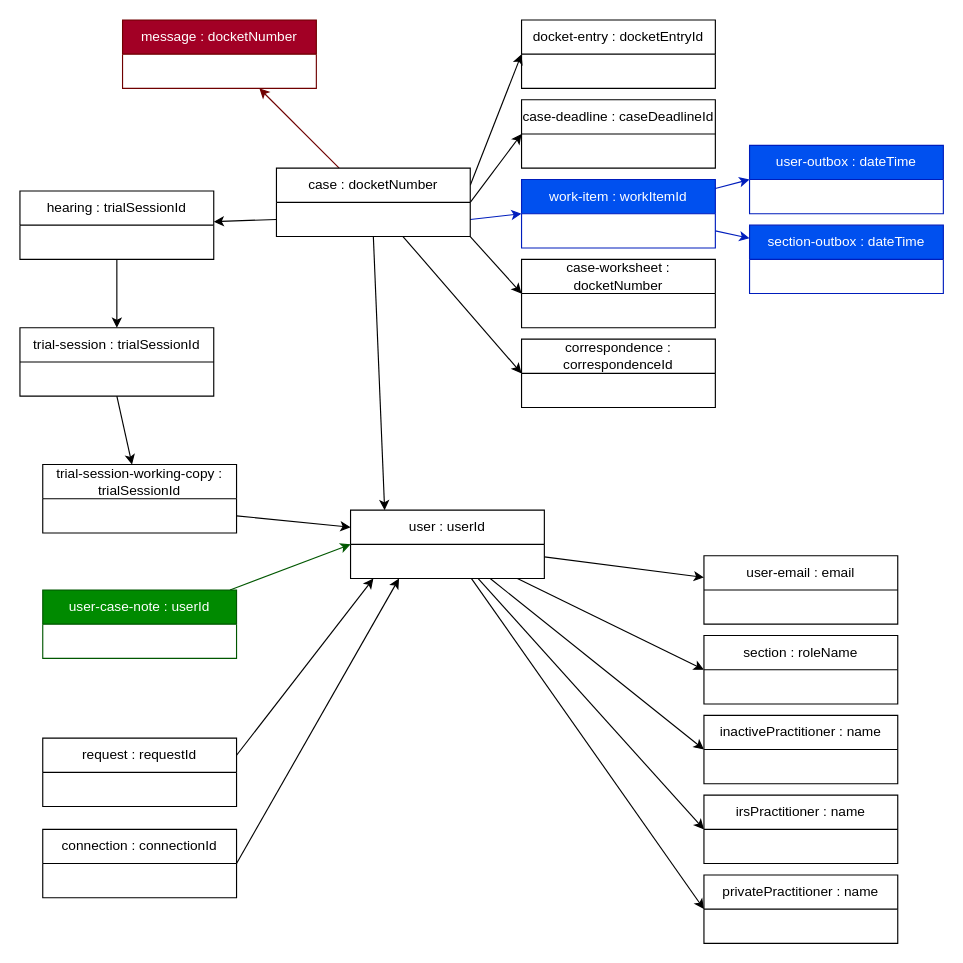
ustaxcourt/ef-cms keeps this draw.io diagram as docs/postgres/dynamo-db-entities.drawio. Above is the earlier version. Source tidied: cells renumbered, new cells numbered last; positions are measured from the earlier drawing's top-left corner, leaving out a move shared by most shapes. Both pictures are drawn from the tidied source at 114%, with x=0, y=0 at pixel (19, 19).
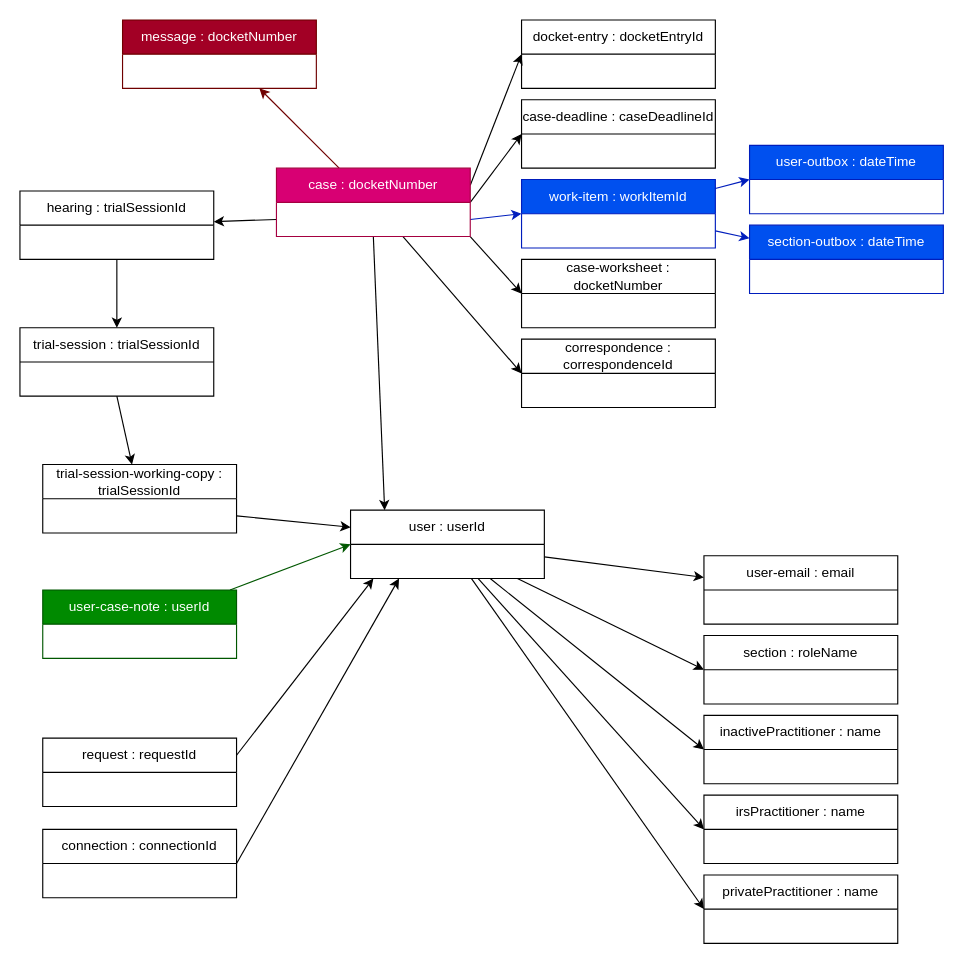
Above is the later version.

The edit, as a diff of the source:
```diff
@@
-    <mxCell id="10" value="case : docketNumber" style="swimlane;fontStyle=0;horizontal=1;startSize=30;whiteSpace=wrap;html=1;" parent="1" vertex="1">
+    <mxCell id="10" value="case : docketNumber" style="swimlane;fontStyle=0;horizontal=1;startSize=30;whiteSpace=wrap;html=1;fillColor=#d80073;fontColor=#ffffff;strokeColor=#A50040;" parent="1" vertex="1">
       <mxGeometry x="225" y="130" width="170" height="60" as="geometry" />
     </mxCell>
```
